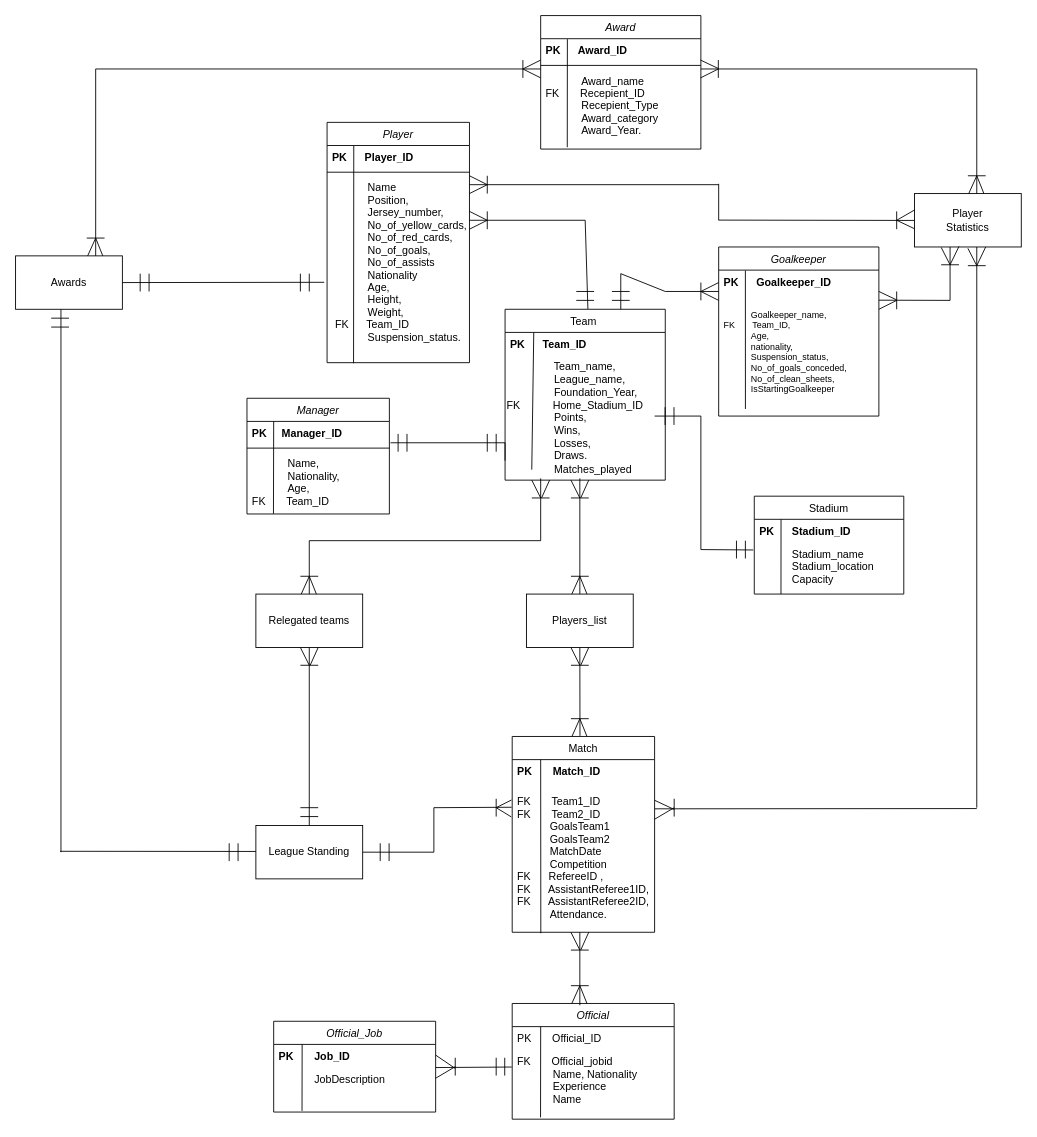
This is DatabaseProject.drawio from Varaaphon/Database-Design-, a draw.io file, before an edit. Source tidied: cells renumbered, new cells numbered last; positions are measured from the earlier drawing's top-left corner, leaving out a move shared by most shapes. Both pictures are drawn from the tidied source at 89%, with x=0, y=0 at pixel (15, 15).
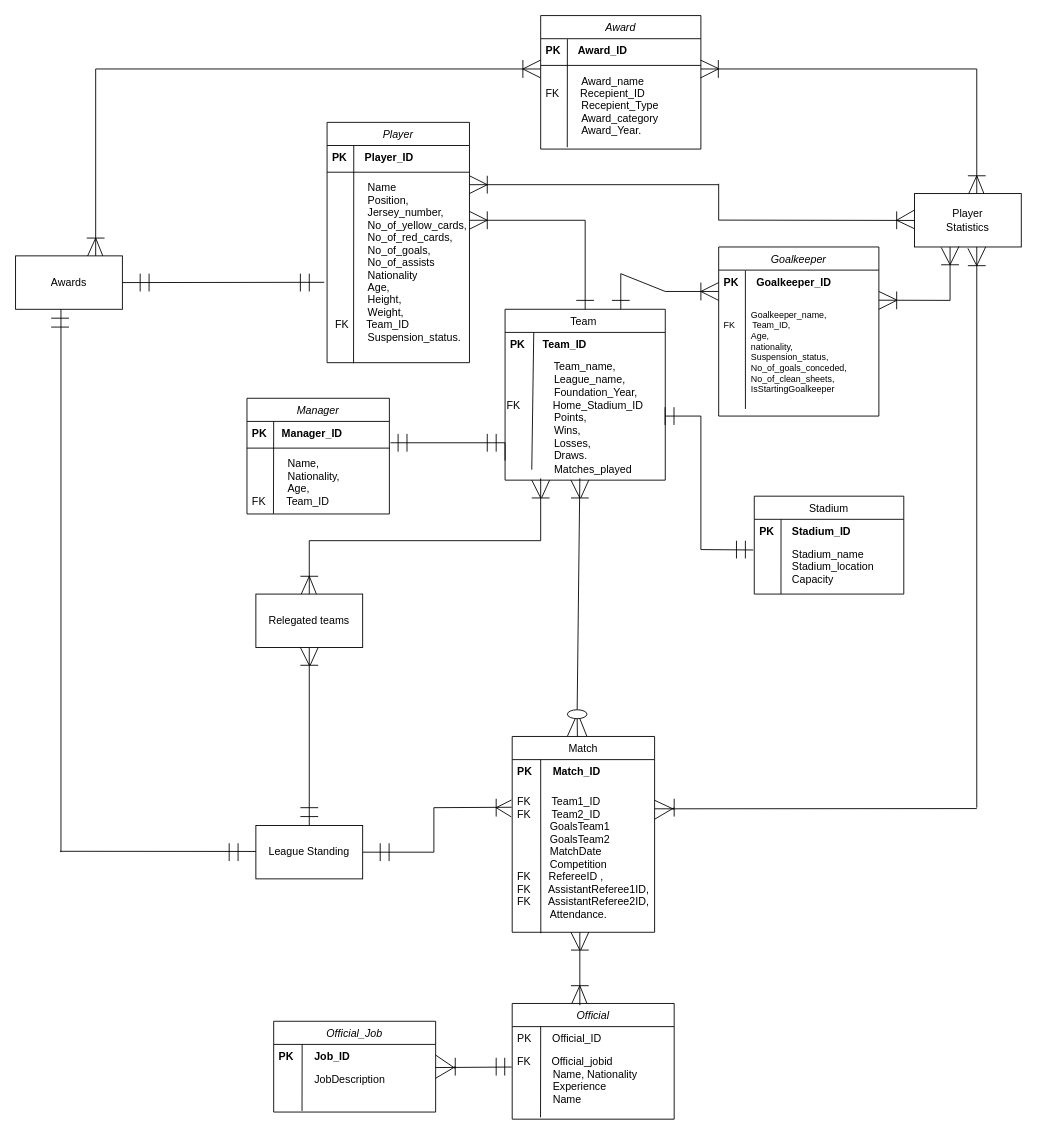
The same page after the edit.

The change refers to these unchanged cells:
```xml
<mxCell id="7" value="Team " style="swimlane;fontStyle=0;align=center;verticalAlign=top;horizontal=1;startSize=26;rounded=0;shadow=0;strokeWidth=1;" parent="1" vertex="1">
  <mxGeometry x="550" y="330" width="180" height="192" as="geometry" />
</mxCell>
<mxCell id="14" value="Match" style="swimlane;fontStyle=0;align=center;verticalAlign=top;horizontal=1;startSize=26;rounded=0;shadow=0;strokeWidth=1;" parent="1" vertex="1">
  <mxGeometry x="558" y="810" width="160" height="220" as="geometry" />
</mxCell>
<mxCell id="69" value="           Stadium_name&#10;           Stadium_location&#10;           Capacity" style="text;align=left;verticalAlign=top;spacingLeft=4;spacingRight=4;overflow=hidden;points=[[0,0.5],[1,0.5]];portConstraint=eastwest;" parent="66" vertex="1">
  <mxGeometry y="52" width="168" height="50" as="geometry" />
</mxCell>
```

The edit, as a diff of the source:
```diff
@@
-    <mxCell id="17" style="endArrow=none;html=1;rounded=0;" parent="1" edge="1">
-      <mxGeometry relative="1" as="geometry">
-        <mxPoint x="624" y="790" as="sourcePoint" />
-        <mxPoint x="644" y="790" as="targetPoint" />
-      </mxGeometry>
-    </mxCell>
     <mxCell id="18" style="endArrow=none;html=1;rounded=0;exitX=0.395;exitY=-0.001;exitDx=0;exitDy=0;exitPerimeter=0;" parent="1" edge="1">
       <mxGeometry relative="1" as="geometry">
-        <mxPoint x="625.2" y="809.8" as="sourcePoint" />
-        <mxPoint x="634" y="790" as="targetPoint" />
+        <mxPoint x="620" y="809.8" as="sourcePoint" />
+        <mxPoint x="628.8" y="790" as="targetPoint" />
       </mxGeometry>
     </mxCell>
@@
-    <mxCell id="40" style="endArrow=none;html=1;rounded=0;exitX=0.517;exitY=-0.002;exitDx=0;exitDy=0;exitPerimeter=0;" parent="1" edge="1" source="7">
+    <mxCell id="40" style="endArrow=none;html=1;rounded=0;exitX=0.5;exitY=0;exitDx=0;exitDy=0;" parent="1" edge="1" source="7">
       <mxGeometry relative="1" as="geometry">
         <mxPoint x="640" y="230" as="targetPoint" />
       </mxGeometry>
     </mxCell>
@@
-    <mxCell id="43" style="endArrow=none;html=1;rounded=0;" parent="1" edge="1">
-      <mxGeometry relative="1" as="geometry">
-        <mxPoint x="630" y="310" as="sourcePoint" />
-        <mxPoint x="650" y="310" as="targetPoint" />
-      </mxGeometry>
-    </mxCell>
@@
     <mxCell id="70" style="endArrow=none;html=1;rounded=0;entryX=-0.007;entryY=0.169;entryDx=0;entryDy=0;entryPerimeter=0;" parent="1" edge="1" target="69">
       <mxGeometry relative="1" as="geometry">
-        <mxPoint x="718" y="450" as="sourcePoint" />
+        <mxPoint x="730" y="450" as="sourcePoint" />
         <Array as="points">
           <mxPoint x="770" y="450" />
           <mxPoint x="770" y="600" />
         </Array>
       </mxGeometry>
     </mxCell>
@@
-    <mxCell id="98" style="endArrow=none;html=1;rounded=0;" parent="1" edge="1">
-      <mxGeometry relative="1" as="geometry">
-        <mxPoint x="670" y="310" as="sourcePoint" />
-        <mxPoint x="690" y="310" as="targetPoint" />
-      </mxGeometry>
-    </mxCell>
@@
-    <mxCell id="145" value="Players_list" style="rounded=0;whiteSpace=wrap;html=1;" parent="1" vertex="1">
-      <mxGeometry x="574" y="650" width="120" height="60" as="geometry" />
-    </mxCell>
@@
-    <mxCell id="147" style="endArrow=none;html=1;rounded=0;exitX=0.5;exitY=0;exitDx=0;exitDy=0;" parent="1" edge="1" source="145">
+    <mxCell id="147" style="endArrow=none;html=1;rounded=0;exitX=0.5;exitY=0;exitDx=0;exitDy=0;" parent="1" edge="1" source="165">
       <mxGeometry relative="1" as="geometry">
         <mxPoint x="634" y="520" as="targetPoint" />
       </mxGeometry>
     </mxCell>
-    <mxCell id="148" style="endArrow=none;html=1;rounded=0;" parent="1" edge="1">
-      <mxGeometry relative="1" as="geometry">
-        <mxPoint x="624" y="630" as="sourcePoint" />
-        <mxPoint x="644" y="630" as="targetPoint" />
-      </mxGeometry>
-    </mxCell>
-    <mxCell id="149" style="endArrow=none;html=1;rounded=0;exitX=0.395;exitY=-0.001;exitDx=0;exitDy=0;exitPerimeter=0;" parent="1" edge="1">
-      <mxGeometry relative="1" as="geometry">
-        <mxPoint x="625" y="650" as="sourcePoint" />
-        <mxPoint x="634" y="630" as="targetPoint" />
-      </mxGeometry>
-    </mxCell>
-    <mxCell id="150" style="endArrow=none;html=1;rounded=0;exitX=0.5;exitY=0;exitDx=0;exitDy=0;" parent="1" edge="1">
-      <mxGeometry relative="1" as="geometry">
-        <mxPoint x="642" y="650" as="sourcePoint" />
-        <mxPoint x="634" y="630" as="targetPoint" />
-      </mxGeometry>
-    </mxCell>
-    <mxCell id="151" style="endArrow=none;html=1;rounded=0;" parent="1" edge="1">
-      <mxGeometry relative="1" as="geometry">
-        <mxPoint x="634" y="730" as="sourcePoint" />
-        <mxPoint x="624" y="710" as="targetPoint" />
-      </mxGeometry>
-    </mxCell>
-    <mxCell id="152" style="endArrow=none;html=1;rounded=0;" parent="1" edge="1">
-      <mxGeometry relative="1" as="geometry">
-        <mxPoint x="624" y="730" as="sourcePoint" />
-        <mxPoint x="644" y="730" as="targetPoint" />
-      </mxGeometry>
-    </mxCell>
-    <mxCell id="153" style="endArrow=none;html=1;rounded=0;exitX=0.395;exitY=-0.001;exitDx=0;exitDy=0;exitPerimeter=0;" parent="1" edge="1">
-      <mxGeometry relative="1" as="geometry">
-        <mxPoint x="635" y="730" as="sourcePoint" />
-        <mxPoint x="644" y="710" as="targetPoint" />
-      </mxGeometry>
-    </mxCell>
-    <mxCell id="154" style="endArrow=none;html=1;rounded=0;entryX=0.502;entryY=0.996;entryDx=0;entryDy=0;entryPerimeter=0;exitX=0.476;exitY=-0.003;exitDx=0;exitDy=0;exitPerimeter=0;" parent="1" edge="1" source="14">
-      <mxGeometry relative="1" as="geometry">
-        <mxPoint x="634" y="710" as="targetPoint" />
-      </mxGeometry>
-    </mxCell>
@@
+    <mxCell id="165" style="ellipse;whiteSpace=wrap;html=1;" parent="1" vertex="1">
+      <mxGeometry x="620" y="780" width="22" height="10" as="geometry" />
+    </mxCell>
+    <mxCell id="166" style="endArrow=none;html=1;rounded=0;exitX=0.458;exitY=0.001;exitDx=0;exitDy=0;entryX=0.5;entryY=1;entryDx=0;entryDy=0;exitPerimeter=0;" parent="1" edge="1" source="14" target="165">
+      <mxGeometry relative="1" as="geometry" />
+    </mxCell>
```
